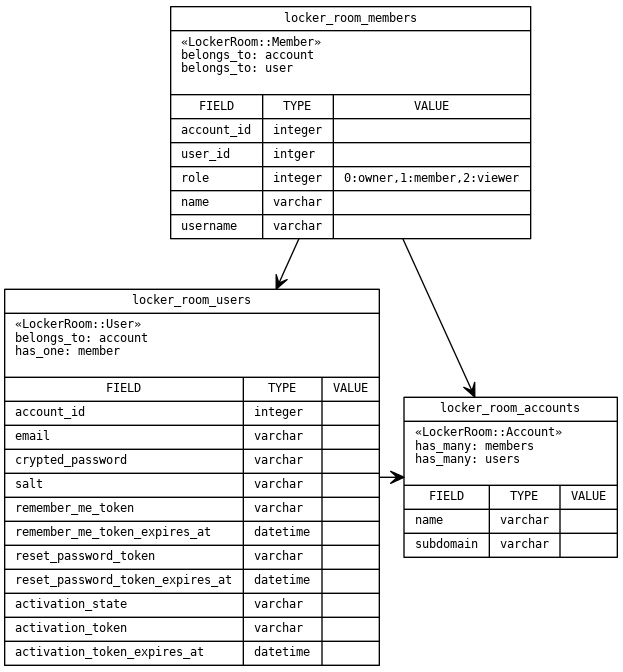
grauwoelfchen/locker_room keeps this Graphviz diagram as doc/er.png. Above is the earlier version. Its source is kept beside it as doc/er.dot.
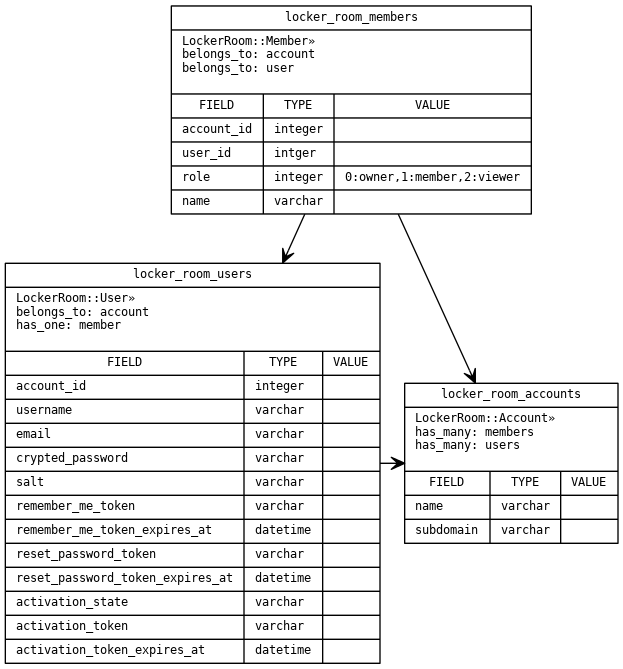
Later version of the same file.

The edit, as a diff of the source:
```diff
@@ -28,17 +28,17 @@
 
   User [
     label = "{locker_room_users|«LockerRoom::User»\lbelongs_to: account\lhas_one: member\l\n|{ \
-      {FIELD|account_id\l|email\l|crypted_password\l|salt\l|remember_me_token\l|remember_me_token_expires_at\l|reset_password_token\l|reset_password_token_expires_at\l|activation_state\l|activation_token\l|activation_token_expires_at\l}| \
-      {TYPE|integer\l|varchar\l|varchar\l|varchar\l|varchar\l|datetime\l|varchar\l|datetime\l|varchar\l|varchar\l|datetime\l}| \
-      {VALUE|\r|\r|\r|\r|\r|\r|\r|\r|\r|\r|\r} \
+      {FIELD|account_id\l|username\l|email\l|crypted_password\l|salt\l|remember_me_token\l|remember_me_token_expires_at\l|reset_password_token\l|reset_password_token_expires_at\l|activation_state\l|activation_token\l|activation_token_expires_at\l}| \
+      {TYPE|integer\l|varchar\l|varchar\l|varchar\l|varchar\l|varchar\l|datetime\l|varchar\l|datetime\l|varchar\l|varchar\l|datetime\l}| \
+      {VALUE|\r|\r|\r|\r|\r|\r|\r|\r|\r|\r|\r|\r} \
     }}"
   ]
 
   Member [
     label = "{locker_room_members|«LockerRoom::Member»\lbelongs_to: account\lbelongs_to: user\l\n|{ \
-      {FIELD|account_id\l|user_id\l|role\l|name\l|username\l}| \
-      {TYPE|integer\l|intger\l|integer\l|varchar\l|varchar\l}| \
-      {VALUE|\r|\r|0:owner,1:member,2:viewer\r|\r|\r} \
+      {FIELD|account_id\l|user_id\l|role\l|name\l}| \
+      {TYPE|integer\l|intger\l|integer\l|varchar\l}| \
+      {VALUE|\r|\r|0:owner,1:member,2:viewer\r|\r} \
     }}"
   ]
 
```
